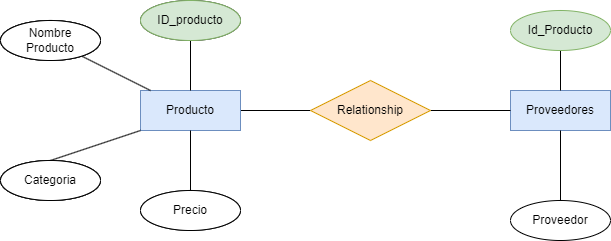
SaulHdez93/BAE keeps this draw.io diagram as ejercicio6/images/ejercicio1.drawio.png. Above is the earlier version. Source tidied: cells renumbered, new cells last; positions are measured from the earlier drawing's top-left corner, leaving out a move shared by most shapes.
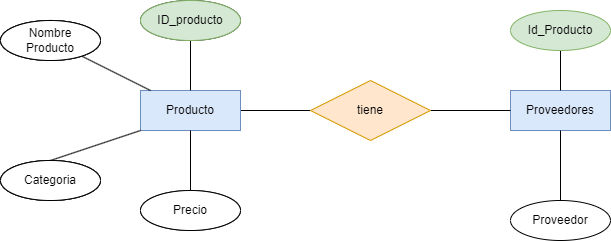
The same diagram one commit later.

Diff of the diagram source:
```diff
@@ -19,7 +19,7 @@
     <mxCell id="6" style="edgeStyle=none;html=1;fontColor=#FFFFFF;endArrow=none;endFill=0;" parent="1" edge="1" source="7" target="5">
       <mxGeometry relative="1" as="geometry" />
     </mxCell>
-    <mxCell id="7" value="Relationship" style="shape=rhombus;perimeter=rhombusPerimeter;whiteSpace=wrap;html=1;align=center;fillColor=#ffe6cc;strokeColor=#d79b00;fontColor=#000000;" parent="1" vertex="1">
+    <mxCell id="7" value="tiene" style="shape=rhombus;perimeter=rhombusPerimeter;whiteSpace=wrap;html=1;align=center;fillColor=#ffe6cc;strokeColor=#d79b00;fontColor=#000000;" parent="1" vertex="1">
       <mxGeometry x="310" y="80" width="120" height="60" as="geometry" />
     </mxCell>
     <mxCell id="8" value="1:N" style="edgeLabel;html=1;align=center;verticalAlign=middle;fontColor=#FFFFFF;" parent="1" vertex="1">
```
